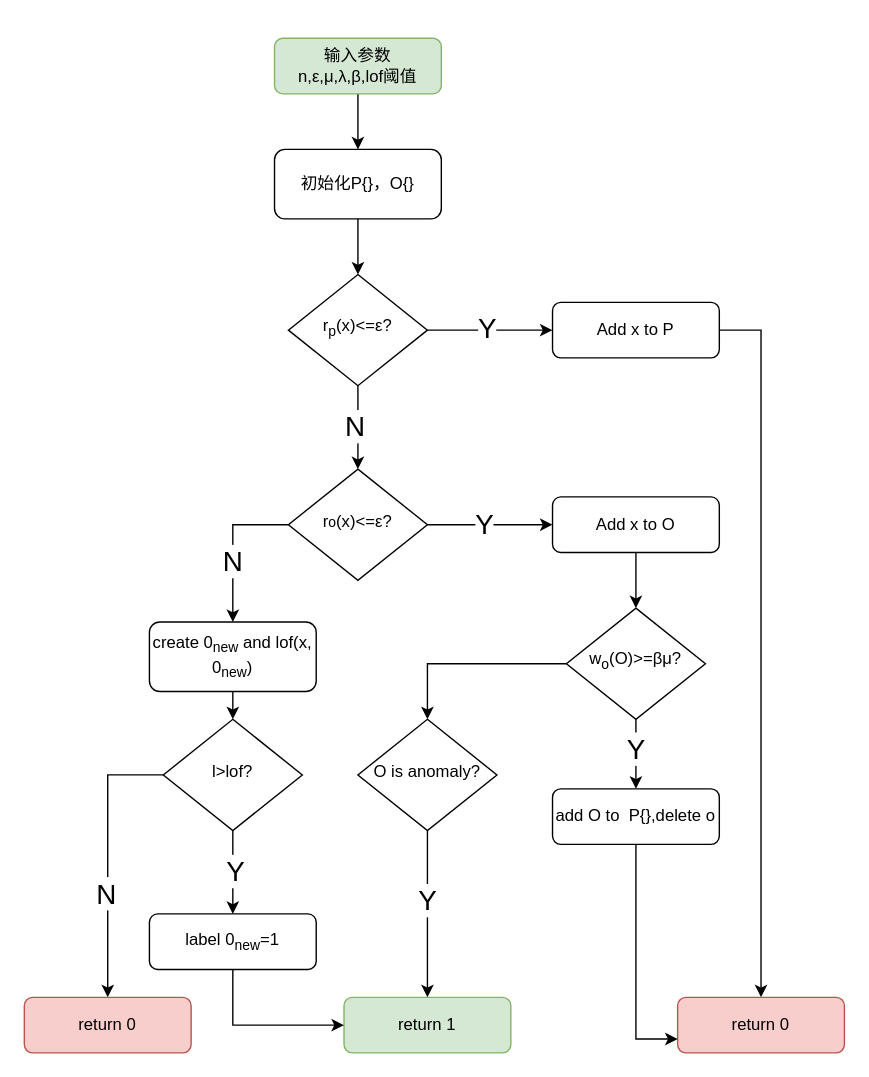
Above: paper/paper al流程.drawio in qin8948050/diagram (draw.io), before the change. Source tidied: cells renumbered, new cells numbered last; positions are measured from the earlier drawing's top-left corner, leaving out a move shared by most shapes. Both pictures are drawn from the tidied source at 139%, with x=0, y=0 at pixel (24, 38).
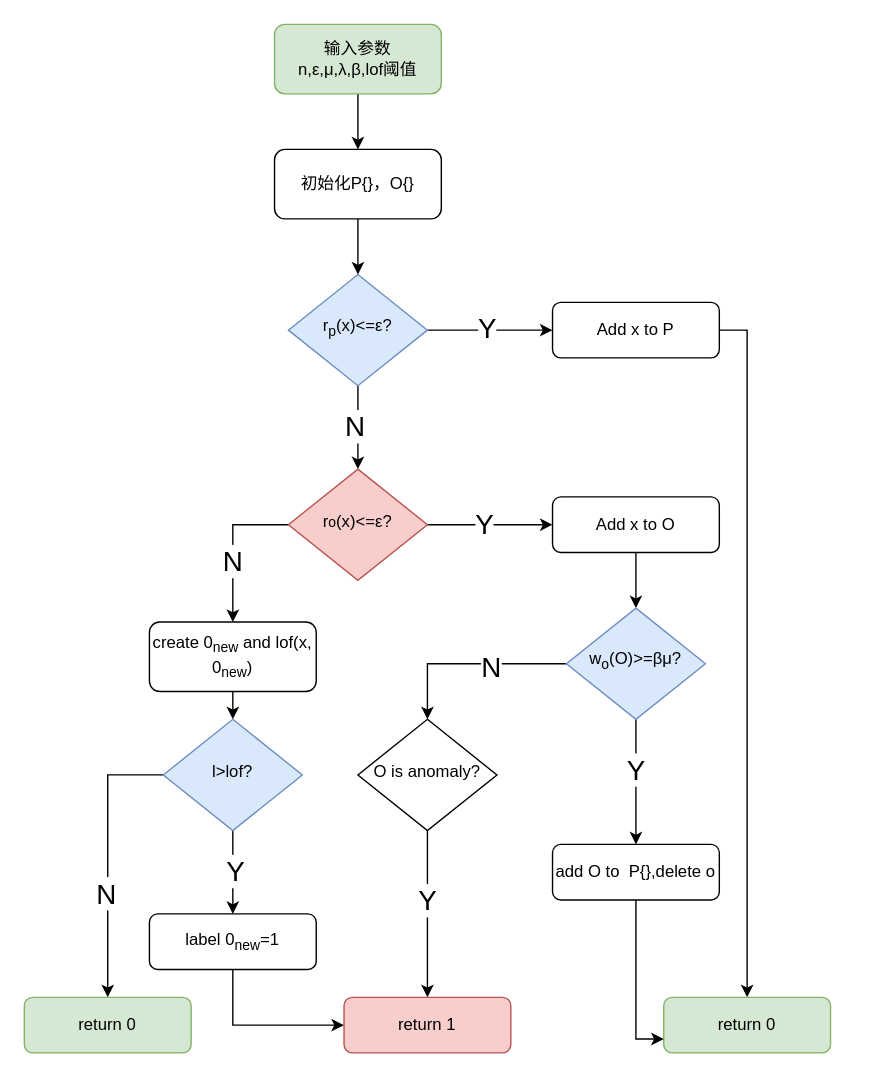
Above is the later version.

Unchanged cells that the change refers to:
```xml
<mxCell id="32" value="O is anomaly?" style="rhombus;whiteSpace=wrap;html=1;shadow=0;fontFamily=Helvetica;fontSize=12;align=center;strokeWidth=1;spacing=6;spacingTop=-4;" parent="1" vertex="1">
  <mxGeometry x="240" y="490" width="100" height="80" as="geometry" />
</mxCell>
```

The edit, as a diff of the source:
```diff
@@
     <mxCell id="3" value="输入参数&lt;br&gt;n,&lt;span style=&quot;text-align: start;&quot;&gt;ε,μ,&lt;/span&gt;&lt;span style=&quot;text-align: start;&quot;&gt;λ,&lt;/span&gt;&lt;span style=&quot;text-align: start;&quot;&gt;β,lof阈值&lt;/span&gt;" style="rounded=1;whiteSpace=wrap;html=1;fontSize=12;glass=0;strokeWidth=1;shadow=0;fillColor=#d5e8d4;strokeColor=#82b366;" parent="1" vertex="1">
-      <mxGeometry x="180" width="120" height="40" as="geometry" />
+      <mxGeometry x="180" y="-10" width="120" height="50" as="geometry" />
     </mxCell>
@@
-    <mxCell id="8" value="r&lt;sub&gt;p&lt;/sub&gt;(x)&amp;lt;=ε?" style="rhombus;whiteSpace=wrap;html=1;shadow=0;fontFamily=Helvetica;fontSize=12;align=center;strokeWidth=1;spacing=6;spacingTop=-4;" parent="1" vertex="1">
+    <mxCell id="8" value="r&lt;sub&gt;p&lt;/sub&gt;(x)&amp;lt;=ε?" style="rhombus;whiteSpace=wrap;html=1;shadow=0;fontFamily=Helvetica;fontSize=12;align=center;strokeWidth=1;spacing=6;spacingTop=-4;fillColor=#dae8fc;strokeColor=#6c8ebf;" parent="1" vertex="1">
       <mxGeometry x="190" y="170" width="100" height="80" as="geometry" />
     </mxCell>
@@
-    <mxCell id="15" value="r&lt;span style=&quot;font-size: 10px;&quot;&gt;o&lt;/span&gt;(x)&amp;lt;=ε?" style="rhombus;whiteSpace=wrap;html=1;shadow=0;fontFamily=Helvetica;fontSize=12;align=center;strokeWidth=1;spacing=6;spacingTop=-4;" parent="1" vertex="1">
+    <mxCell id="15" value="r&lt;span style=&quot;font-size: 10px;&quot;&gt;o&lt;/span&gt;(x)&amp;lt;=ε?" style="rhombus;whiteSpace=wrap;html=1;shadow=0;fontFamily=Helvetica;fontSize=12;align=center;strokeWidth=1;spacing=6;spacingTop=-4;fillColor=#f8cecc;strokeColor=#b85450;" parent="1" vertex="1">
       <mxGeometry x="190" y="310" width="100" height="80" as="geometry" />
     </mxCell>
@@
-    <mxCell id="22" value="return 0" style="rounded=1;whiteSpace=wrap;html=1;fontSize=12;glass=0;strokeWidth=1;shadow=0;fillColor=#f8cecc;strokeColor=#b85450;" parent="1" vertex="1">
-      <mxGeometry x="470" y="690" width="120" height="40" as="geometry" />
+    <mxCell id="22" value="return 0" style="rounded=1;whiteSpace=wrap;html=1;fontSize=12;glass=0;strokeWidth=1;shadow=0;fillColor=#d5e8d4;strokeColor=#82b366;" parent="1" vertex="1">
+      <mxGeometry x="460" y="690" width="120" height="40" as="geometry" />
     </mxCell>
@@
     <mxCell id="24" value="add O to&amp;nbsp; P{},delete o" style="rounded=1;whiteSpace=wrap;html=1;fontSize=12;glass=0;strokeWidth=1;shadow=0;" parent="1" vertex="1">
-      <mxGeometry x="380" y="540" width="120" height="40" as="geometry" />
+      <mxGeometry x="380" y="580" width="120" height="40" as="geometry" />
     </mxCell>
-    <mxCell id="25" value="return 1" style="rounded=1;whiteSpace=wrap;html=1;fontSize=12;glass=0;strokeWidth=1;shadow=0;fillColor=#d5e8d4;strokeColor=#82b366;" parent="1" vertex="1">
+    <mxCell id="25" value="return 1" style="rounded=1;whiteSpace=wrap;html=1;fontSize=12;glass=0;strokeWidth=1;shadow=0;fillColor=#f8cecc;strokeColor=#b85450;" parent="1" vertex="1">
       <mxGeometry x="230" y="690" width="120" height="40" as="geometry" />
     </mxCell>
@@
-    <mxCell id="28" style="edgeStyle=orthogonalEdgeStyle;rounded=0;hachureGap=4;jettySize=auto;html=1;exitX=0;exitY=0.5;exitDx=0;exitDy=0;entryX=0.5;entryY=0;entryDx=0;entryDy=0;fontFamily=Architects Daughter;fontSize=16;" parent="1" edge="1" source="29" target="32">
+    <mxCell id="28" style="edgeStyle=orthogonalEdgeStyle;rounded=0;hachureGap=4;jettySize=auto;html=1;exitX=0;exitY=0.5;exitDx=0;exitDy=0;entryX=0.5;entryY=0;entryDx=0;entryDy=0;fontFamily=Helvetica;fontSize=16;" parent="1" edge="1" source="29" target="32">
       <mxGeometry relative="1" as="geometry" />
     </mxCell>
+    <mxCell id="41" value="N" style="edgeLabel;html=1;align=center;verticalAlign=middle;fontSize=20;fontFamily=Helvetica;" parent="28" vertex="1">
+      <mxGeometry x="-0.21" y="1" relative="1" as="geometry" />
+    </mxCell>
-    <mxCell id="29" value="w&lt;sub style=&quot;border-color: var(--border-color);&quot;&gt;o&lt;/sub&gt;(O)&amp;gt;=βμ?" style="rhombus;whiteSpace=wrap;html=1;shadow=0;fontFamily=Helvetica;fontSize=12;align=center;strokeWidth=1;spacing=6;spacingTop=-4;" parent="1" vertex="1">
+    <mxCell id="29" value="w&lt;sub style=&quot;border-color: var(--border-color);&quot;&gt;o&lt;/sub&gt;(O)&amp;gt;=βμ?" style="rhombus;whiteSpace=wrap;html=1;shadow=0;fontFamily=Helvetica;fontSize=12;align=center;strokeWidth=1;spacing=6;spacingTop=-4;fillColor=#dae8fc;strokeColor=#6c8ebf;" parent="1" vertex="1">
       <mxGeometry x="390" y="410" width="100" height="80" as="geometry" />
     </mxCell>
@@
-    <mxCell id="37" value="l&amp;gt;lof?" style="rhombus;whiteSpace=wrap;html=1;shadow=0;fontFamily=Helvetica;fontSize=12;align=center;strokeWidth=1;spacing=6;spacingTop=-4;" parent="1" vertex="1">
+    <mxCell id="37" value="l&amp;gt;lof?" style="rhombus;whiteSpace=wrap;html=1;shadow=0;fontFamily=Helvetica;fontSize=12;align=center;strokeWidth=1;spacing=6;spacingTop=-4;fillColor=#dae8fc;strokeColor=#6c8ebf;" parent="1" vertex="1">
       <mxGeometry x="100" y="490" width="100" height="80" as="geometry" />
     </mxCell>
@@
-    <mxCell id="40" value="return 0" style="rounded=1;whiteSpace=wrap;html=1;fontSize=12;glass=0;strokeWidth=1;shadow=0;fillColor=#f8cecc;strokeColor=#b85450;" parent="1" vertex="1">
+    <mxCell id="40" value="return 0" style="rounded=1;whiteSpace=wrap;html=1;fontSize=12;glass=0;strokeWidth=1;shadow=0;fillColor=#d5e8d4;strokeColor=#82b366;" parent="1" vertex="1">
       <mxGeometry y="690" width="120" height="40" as="geometry" />
     </mxCell>
```
